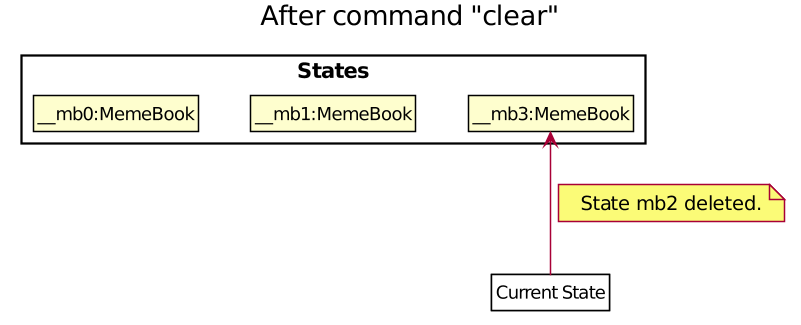
This is images/UndoRedoState5.png from AY1920S1-CS2103T-T16-4/main, a PlantUML export, as it was before one commit. Its diagram source:
```plantuml
@startuml
scale 1.5








skinparam BackgroundColor #FFFFFFF

skinparam Shadowing false

skinparam Class {
    FontColor #FFFFFF
    BorderThickness 1
    BorderColor #FFFFFF
    StereotypeFontColor #FFFFFF
    FontName Arial
}

skinparam Actor {
    BorderColor #000000
    Color #000000
    FontName Arial
}

skinparam Sequence {
    MessageAlign center
    BoxFontSize 15
    BoxPadding 0
    BoxFontColor #FFFFFF
    FontName Arial
}

skinparam Participant {
    FontColor #FFFFFFF
    Padding 20
}

skinparam MinClassWidth 50
skinparam ParticipantPadding 10
skinparam Shadowing false
skinparam DefaultTextAlignment center
skinparam packageStyle Rectangle

hide footbox
hide members
hide circle
skinparam ClassFontColor #000000
skinparam ClassBorderColor #000000

title After command "clear"

package States <<rectangle>> {
    class State1 as "__mb0:MemeBook"
    class State2 as "__mb1:MemeBook"
    class State3 as "__mb3:MemeBook"
}

State1 -[hidden]right-> State2
State2 -[hidden]right-> State3

class Pointer as "Current State" #FFFFF

Pointer -up-> State3
note right on link: State mb2 deleted.
@enduml
```
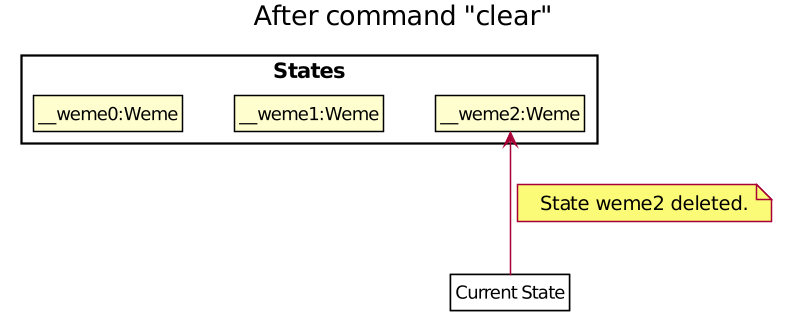
Later version of the same file.

Diff of the diagram source:
```diff
@@ -54,9 +54,9 @@
 title After command "clear"
 
 package States <<rectangle>> {
-    class State1 as "__mb0:MemeBook"
-    class State2 as "__mb1:MemeBook"
-    class State3 as "__mb3:MemeBook"
+    class State1 as "__weme0:Weme"
+    class State2 as "__weme1:Weme"
+    class State3 as "__weme2:Weme"
 }
 
 State1 -[hidden]right-> State2
@@ -65,5 +65,5 @@
 class Pointer as "Current State" #FFFFF
 
 Pointer -up-> State3
-note right on link: State mb2 deleted.
+note right on link: State weme2 deleted.
 @enduml
```
